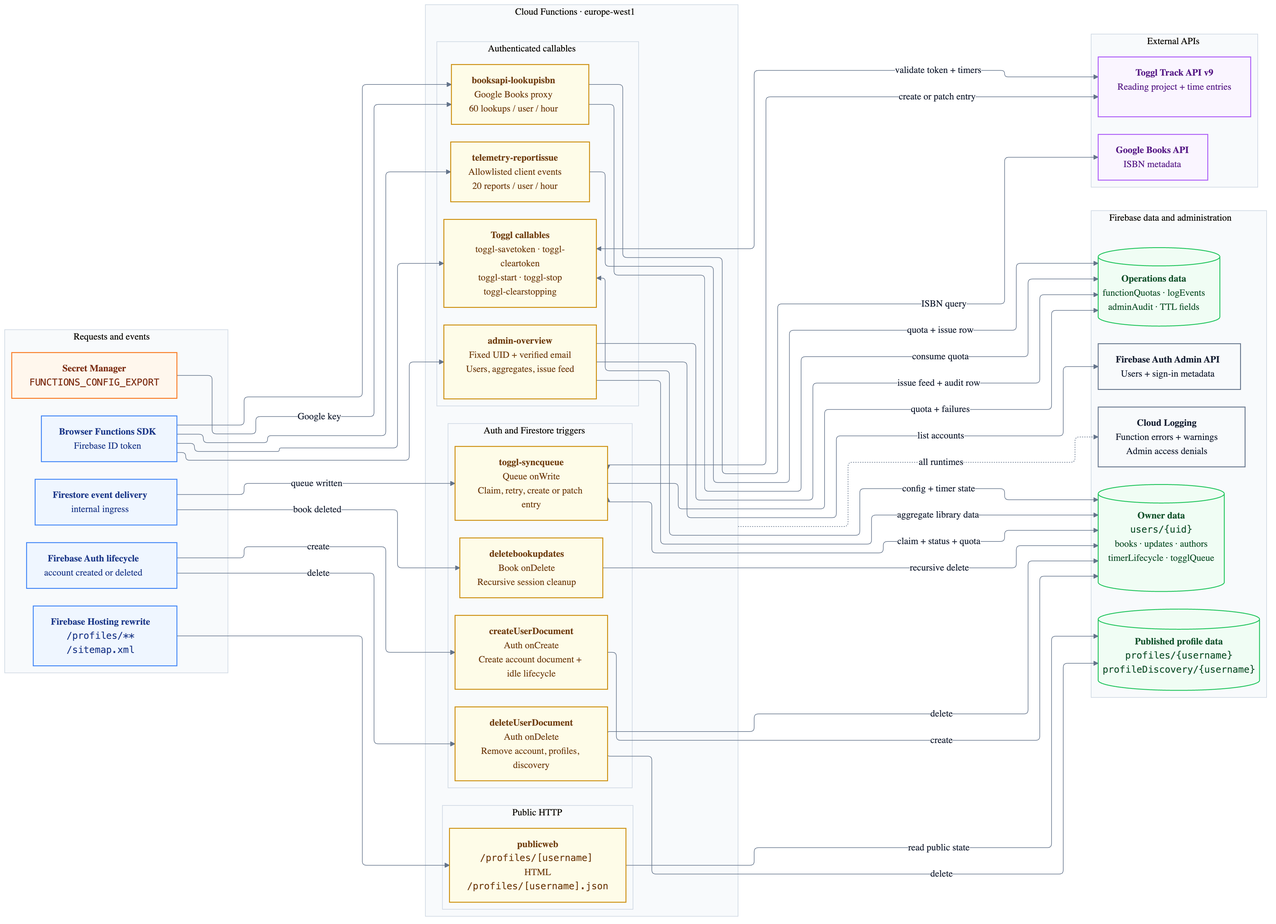
Earlier version of the Mermaid export docs/architecture/backend-runtime.png (ankile/book-tracker). Its source is kept beside it as docs/architecture/backend-runtime.mmd.
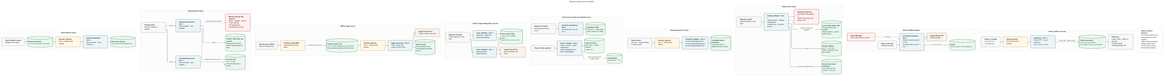
Later version of the same file.

Diff of the diagram source:
```diff
@@ -3,7 +3,7 @@
 ---
 flowchart TB
   accTitle: Book Tracker backend request and event paths
-  accDescr: Seven independent rows show public profile delivery, Google Books lookup, telemetry and administration, online Toggl calls, offline Toggl queue synchronization, authentication lifecycle cleanup, and book session cleanup. Every deployed function appears by its deployed name.
+  accDescr: Independent rows show public delivery, metadata lookup, shared-catalog search and reader summaries, operator curation, telemetry, Toggl synchronization, and lifecycle cleanup. Every deployed function appears by its deployed name with its authorization boundary and main data dependencies.
 
   classDef source fill:#f7f8f8,stroke:#8b9691,color:#263331,stroke-width:2px;
   classDef mediation fill:#fff7e8,stroke:#b98a3c,color:#5b421f,stroke-width:2px;
@@ -37,18 +37,42 @@
     secret -. "API key" .-> booksapi
   end
 
+  subgraph catalogpath[Shared work catalog]
+    direction LR
+    catalogbrowser["<b>Signed-in reader</b><br/>Add/edit dialog or work page"]:::source
+    catalogfunctions["<b>Catalog callables · Gen 1</b><br/>catalog-search · catalog-workreaders<br/>verified users · bounded quotas"]:::function
+    catalogdata[("<b>Shared catalog</b><br/><code>works</code> · <code>editions</code><br/>ISBN, external-ID, and title indexes")]:::data
+    ownerprojection[("<b>Server-only owner projection</b><br/><code>sharedWorkOwners</code><br/>work ID + UID only")]:::data
+    privatebooks[("<b>Live private reader data</b><br/>Personal books and updates<br/>sharing setting + owned public profile")]:::data
+    catalogresponse["<b>Redacted response</b><br/>Searchable bibliography or<br/>opted-in summary rows without UID"]:::security
+    catalogbrowser --> catalogfunctions
+    catalogfunctions -->|"search"| catalogdata
+    catalogfunctions -->|"bounded candidate lookup"| ownerprojection
+    catalogfunctions -->|"recheck consent and aggregate"| privatebooks
+    catalogfunctions --> catalogresponse
+  end
+
+  subgraph sharingprojection[Sharing projection lifecycle]
+    direction LR
+    sharingwrites["<b>Owner writes</b><br/>book link · sharing setting<br/>or public profile"]:::source
+    sharingevent["<b>Eventarc delivery</b><br/>Gen 2 · internal-only ingress"]:::mediation
+    sharingtriggers["<b>Projection triggers · Gen 2</b><br/>syncbooksharingprojection<br/>syncsharingsettingprojection<br/>syncsharingprofileprojection"]:::function
+    projectiondata[("<b>Candidate-owner projection</b><br/><code>sharedWorkOwners</code><br/>default-denied to clients")]:::data
+    sharingwrites --> sharingevent --> sharingtriggers --> projectiondata
+  end
+
   subgraph operationspath[Client issue reports and operator overview]
     direction LR
     clientissue["<b>Signed-in browser</b><br/>Allowlisted warn/error event"]:::source
     telemetry["<b>telemetry-reportissue · Gen 1</b><br/>20 reports per user per hour"]:::function
     opsdata[("<b>Operations data</b><br/><code>logEvents</code> · issue quota<br/>server-owned TTL fields")]:::data
     adminrequest["<b>Fixed verified operator</b>"]:::source
-    admin["<b>admin-overview · Gen 1</b><br/>UID + verified-email gate<br/>max 2 instances"]:::function
+    admin["<b>Admin callables · Gen 1</b><br/>admin-overview · admin-catalogscan<br/>admin-catalogpreview · admin-catalogapply"]:::function
     adminsources[("<b>Admin sources</b><br/>Auth users · private libraries<br/><code>logEvents</code>")]:::data
     audit[("<b>Audit output</b><br/><code>adminAudit</code> · TTL")]:::data
     clientissue --> telemetry --> opsdata
     adminrequest --> admin --> adminsources
-    admin -->|"successful view"| audit
+    admin -->|"views and transactional mutation audits"| audit
   end
 
   subgraph togglonline[Online Toggl configuration and timers]
@@ -84,7 +108,7 @@
     createuser["<b>createUserDocument · Gen 1</b><br/>Auth onCreate · retry enabled"]:::function
     deleteuser["<b>deleteUserDocument · Gen 1</b><br/>Auth onDelete · retry enabled"]:::function
     userroot[("<b>Account root</b><br/><code>users/{uid}</code><br/>idle timer lifecycle on create")]:::data
-    deletedprofiles[("<b>Profiles and discovery markers</b><br/>Deleted page by page"]:::data
+    deletedprofiles[("<b>Profiles, discovery, and consent</b><br/>Sharing removed first<br/>profiles deleted page by page")]:::data
     remains["<b>Manual cleanup still required</b><br/>Books · updates · authors · timer lifecycle<br/>and Toggl queue subcollections remain"]:::security
     authevent -->|"create"| createuser --> userroot
     authevent -->|"delete"| deleteuser
```
